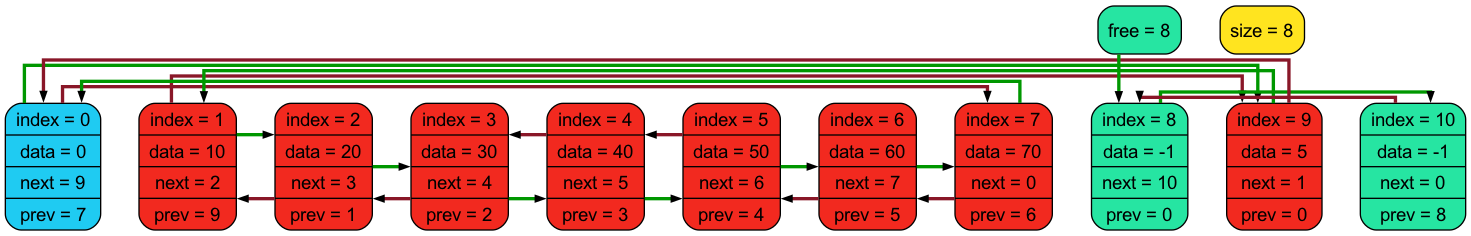
Before: dump.png, a diagram exported from Graphviz (livlavr/Linked-list). Its source is kept beside it as dump.dot.
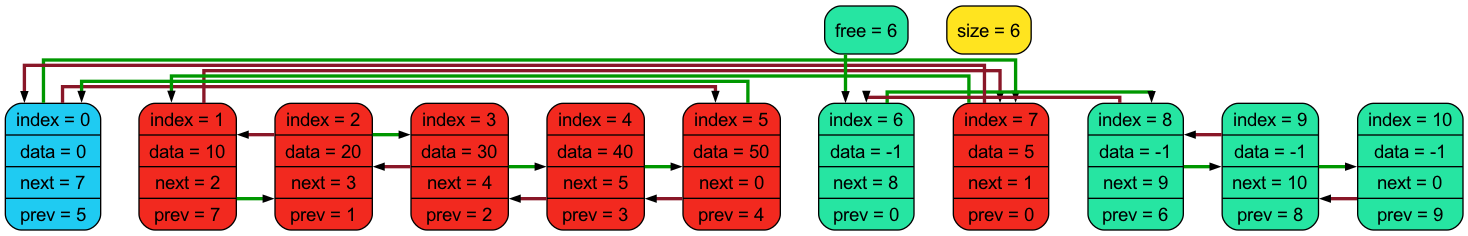
The same diagram one commit later.

What changed in the source:
```diff
@@ -4,43 +4,45 @@
 nodesep=0.4;
 node [shape=record, fontname="Arial"];
 edge [style=bold, color="#009700:black;0.001", weight=0, penwidth=2.5, arrowsize=0.4];
-0 [style = "filled, rounded", fillcolor="#1fcbf2", label=" {index = 0 | data = 0 | next = 9 | prev = 7}" ];
-1 [style = "filled, rounded", fillcolor="#f2291f", label=" {index = 1 | data = 10 | next = 2 | prev = 9}" ];
+0 [style = "filled, rounded", fillcolor="#1fcbf2", label=" {index = 0 | data = 0 | next = 7 | prev = 5}" ];
+1 [style = "filled, rounded", fillcolor="#f2291f", label=" {index = 1 | data = 10 | next = 2 | prev = 7}" ];
 2 [style = "filled, rounded", fillcolor="#f2291f", label=" {index = 2 | data = 20 | next = 3 | prev = 1}" ];
 3 [style = "filled, rounded", fillcolor="#f2291f", label=" {index = 3 | data = 30 | next = 4 | prev = 2}" ];
 4 [style = "filled, rounded", fillcolor="#f2291f", label=" {index = 4 | data = 40 | next = 5 | prev = 3}" ];
-5 [style = "filled, rounded", fillcolor="#f2291f", label=" {index = 5 | data = 50 | next = 6 | prev = 4}" ];
-6 [style = "filled, rounded", fillcolor="#f2291f", label=" {index = 6 | data = 60 | next = 7 | prev = 5}" ];
-7 [style = "filled, rounded", fillcolor="#f2291f", label=" {index = 7 | data = 70 | next = 0 | prev = 6}" ];
-8 [style = "filled, rounded", fillcolor="#f2291f", label=" {index = 8 | data = -1 | next = 10 | prev = 0}" ];
-9 [style = "filled, rounded", fillcolor="#f2291f", label=" {index = 9 | data = 5 | next = 1 | prev = 0}" ];
-10 [style = "filled, rounded", fillcolor="#f2291f", label=" {index = 10 | data = -1 | next = 0 | prev = 8}" ];
-size [style = "filled, rounded", fillcolor="#ffe41f", label=" {size = 8}" ];
-free [style = "filled, rounded", fillcolor="#26e5a2", label="free = 8" ];
+5 [style = "filled, rounded", fillcolor="#f2291f", label=" {index = 5 | data = 50 | next = 0 | prev = 4}" ];
+6 [style = "filled, rounded", fillcolor="#f2291f", label=" {index = 6 | data = -1 | next = 8 | prev = 0}" ];
+7 [style = "filled, rounded", fillcolor="#f2291f", label=" {index = 7 | data = 5 | next = 1 | prev = 0}" ];
+8 [style = "filled, rounded", fillcolor="#f2291f", label=" {index = 8 | data = -1 | next = 9 | prev = 6}" ];
+9 [style = "filled, rounded", fillcolor="#f2291f", label=" {index = 9 | data = -1 | next = 10 | prev = 8}" ];
+10 [style = "filled, rounded", fillcolor="#f2291f", label=" {index = 10 | data = -1 | next = 0 | prev = 9}" ];
+size [style = "filled, rounded", fillcolor="#ffe41f", label=" {size = 6}" ];
+free [style = "filled, rounded", fillcolor="#26e5a2", label="free = 6" ];
+6 [style = "filled, rounded", fillcolor="#26e5a2"];
 8 [style = "filled, rounded", fillcolor="#26e5a2"];
+9 [style = "filled, rounded", fillcolor="#26e5a2"];
 10 [style = "filled, rounded", fillcolor="#26e5a2"];
 { rank = same; 0; 1; 2; 3; 4; 5; 6; 7; 8; 9; 10; }
 0->1->2->3->4->5->6->7->8->9->10 [style=bold, weight=10, style=invis];
-free->8;
+free->6;
 1->2;
 2->3;
 3->4;
 4->5;
-5->6;
-6->7;
-8->10;
-9->1;
-0->9;
-7->0;
+6->8;
+7->1;
+8->9;
+9->10;
+0->7;
+5->0;
 edge [style=bold, color="#891728:black;0.001", weight=0, penwidth=2.5, arrowsize=0.4];
-1->9;
+1->7;
 2->1;
 3->2;
 4->3;
 5->4;
-6->5;
-7->6;
-10->8;
-0->7;
-9->0;
+8->6;
+9->8;
+10->9;
+0->5;
+7->0;
 }
```
